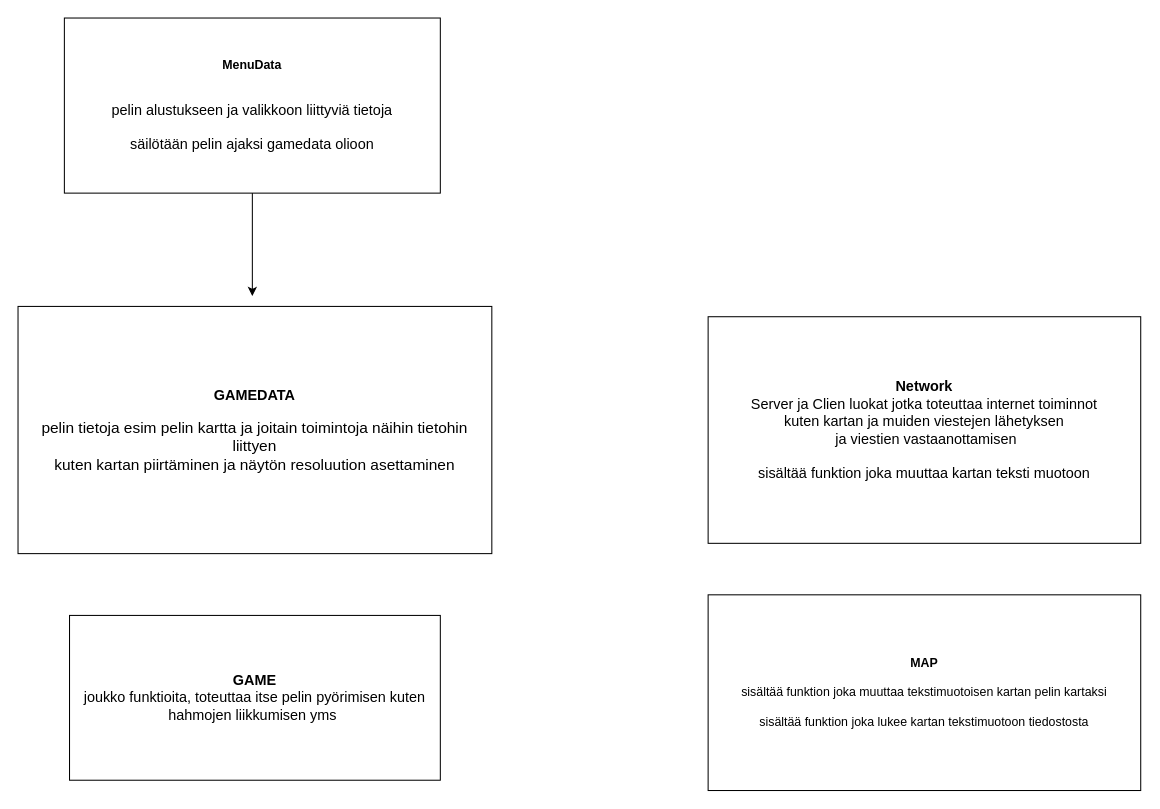
andrew-karppinen/kallio keeps this draw.io diagram as documentation/suomenkielinen/kaaviot/ohjelman rakenne.drawio. Above is the earlier version. Source tidied: cells renumbered, new cells numbered last; positions are measured from the earlier drawing's top-left corner, leaving out a move shared by most shapes. Both pictures are drawn from the tidied source at 103%, with x=0, y=0 at pixel (18, 18).
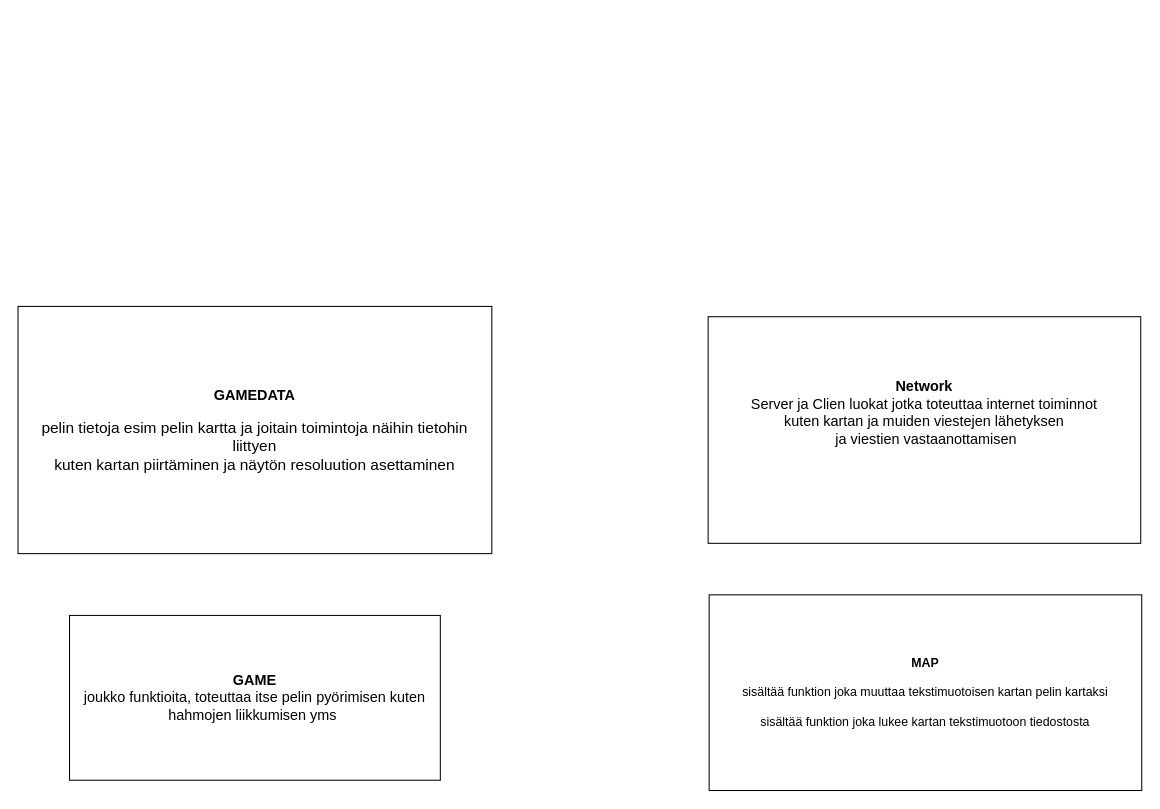
After the change.

The edit, as a diff of the source:
```diff
@@
 <mxGraphModel>
   <root>
     <mxCell id="0" />
     <mxCell id="1" parent="0" />
     <mxCell id="2" value="&lt;div&gt;&lt;font style=&quot;font-size: 14px;&quot;&gt;&lt;b&gt;GAMEDATA&lt;/b&gt;&lt;/font&gt;&lt;/div&gt;&lt;div&gt;&lt;br&gt;&lt;/div&gt;&lt;div style=&quot;font-size: 15px;&quot;&gt;pelin tietoja esim pelin kartta ja joitain toimintoja näihin tietohin liittyen&lt;/div&gt;&lt;div style=&quot;font-size: 15px;&quot;&gt;kuten kartan piirtäminen ja näytön resoluution asettaminen&lt;br&gt;&lt;/div&gt;" style="rounded=0;whiteSpace=wrap;html=1;" parent="1" vertex="1">
       <mxGeometry y="280" width="460" height="240" as="geometry" />
     </mxCell>
     <mxCell id="3" value="&lt;div style=&quot;font-size: 14px;&quot;&gt;&lt;b&gt;&lt;font style=&quot;font-size: 14px;&quot;&gt;GAME&lt;/font&gt;&lt;/b&gt;&lt;/div&gt;&lt;div style=&quot;font-size: 14px;&quot;&gt;&lt;font style=&quot;font-size: 14px;&quot;&gt;joukko funktioita, toteuttaa itse pelin pyörimisen kuten hahmojen liikkumisen yms&amp;nbsp; &lt;/font&gt;&lt;/div&gt;" style="rounded=0;whiteSpace=wrap;html=1;" parent="1" vertex="1">
       <mxGeometry x="50" y="580" width="360" height="160" as="geometry" />
     </mxCell>
-    <mxCell id="4" value="&lt;div&gt;&lt;font style=&quot;font-size: 14px;&quot;&gt;&lt;b&gt;Network&lt;/b&gt;&lt;/font&gt;&lt;/div&gt;&lt;div style=&quot;font-size: 14px;&quot;&gt;Server ja Clien luokat jotka toteuttaa internet toiminnot&lt;/div&gt;&lt;div style=&quot;font-size: 14px;&quot;&gt;kuten kartan ja muiden viestejen lähetyksen&lt;br&gt;&lt;/div&gt;&lt;div&gt;&lt;font style=&quot;font-size: 14px;&quot;&gt;&amp;nbsp;ja viestien vastaanottamisen&lt;br&gt;&lt;/font&gt;&lt;/div&gt;&lt;div&gt;&lt;font style=&quot;font-size: 14px;&quot;&gt;&lt;br&gt;&lt;/font&gt;&lt;/div&gt;&lt;div&gt;&lt;font style=&quot;font-size: 14px;&quot;&gt;sisältää funktion joka muuttaa kartan teksti muotoon&lt;br&gt;&lt;/font&gt;&lt;/div&gt;" style="rounded=0;whiteSpace=wrap;html=1;" parent="1" vertex="1">
+    <mxCell id="4" value="&lt;div&gt;&lt;font style=&quot;font-size: 14px;&quot;&gt;&lt;b&gt;Network&lt;/b&gt;&lt;/font&gt;&lt;/div&gt;&lt;div style=&quot;font-size: 14px;&quot;&gt;Server ja Clien luokat jotka toteuttaa internet toiminnot&lt;/div&gt;&lt;div style=&quot;font-size: 14px;&quot;&gt;kuten kartan ja muiden viestejen lähetyksen&lt;br&gt;&lt;/div&gt;&lt;div&gt;&lt;font style=&quot;font-size: 14px;&quot;&gt;&amp;nbsp;ja viestien vastaanottamisen&lt;br&gt;&lt;/font&gt;&lt;/div&gt;&lt;div&gt;&lt;font style=&quot;font-size: 14px;&quot;&gt;&lt;br&gt;&lt;/font&gt;&lt;/div&gt;&lt;div&gt;&lt;font style=&quot;font-size: 14px;&quot;&gt;&lt;br&gt;&lt;/font&gt;&lt;/div&gt;" style="rounded=0;whiteSpace=wrap;html=1;" parent="1" vertex="1">
       <mxGeometry x="670" y="290" width="420" height="220" as="geometry" />
     </mxCell>
     <mxCell id="5" value="&lt;div&gt;&lt;b&gt;MAP&lt;/b&gt;&lt;/div&gt;&lt;div&gt;&lt;br&gt;&lt;/div&gt;&lt;div&gt;sisältää funktion joka muuttaa tekstimuotoisen kartan pelin kartaksi&lt;br&gt;&lt;/div&gt;&lt;div&gt;&lt;br&gt;&lt;/div&gt;&lt;div&gt;sisältää funktion joka lukee kartan tekstimuotoon tiedostosta&lt;br&gt;&lt;/div&gt;" style="rounded=0;whiteSpace=wrap;html=1;" parent="1" vertex="1">
-      <mxGeometry x="670" y="560" width="420" height="190" as="geometry" />
+      <mxGeometry x="671" y="560" width="420" height="190" as="geometry" />
     </mxCell>
-    <mxCell id="6" style="edgeStyle=orthogonalEdgeStyle;rounded=0;jettySize=auto;html=1;" parent="1" edge="1" source="7">
-      <mxGeometry relative="1" as="geometry">
-        <mxPoint x="227.5" y="270" as="targetPoint" />
-      </mxGeometry>
-    </mxCell>
-    <mxCell id="7" value="&lt;div&gt;&lt;b&gt;MenuData&lt;br&gt;&lt;/b&gt;&lt;/div&gt;&lt;div&gt;&lt;b&gt;&lt;br&gt;&lt;/b&gt;&lt;/div&gt;&lt;div&gt;&lt;b&gt;&lt;br&gt;&lt;/b&gt;&lt;/div&gt;&lt;div style=&quot;font-size: 14px;&quot;&gt;&lt;font style=&quot;font-size: 14px;&quot;&gt;pelin alustukseen ja valikkoon liittyviä tietoja&lt;/font&gt;&lt;/div&gt;&lt;div style=&quot;font-size: 14px;&quot;&gt;&lt;font style=&quot;font-size: 14px;&quot;&gt;&lt;br&gt;&lt;/font&gt;&lt;/div&gt;&lt;font style=&quot;font-size: 14px;&quot;&gt;säilötään pelin ajaksi gamedata olioon&lt;/font&gt;" style="rounded=0;whiteSpace=wrap;html=1;" parent="1" vertex="1">
-      <mxGeometry x="45" width="365" height="170" as="geometry" />
-    </mxCell>
   </root>
 </mxGraphModel>
```
